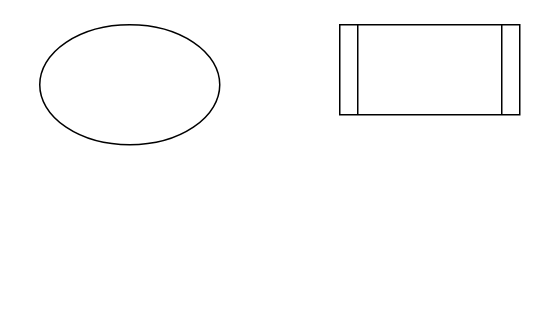
Earlier version of the draw.io diagram 未命名绘图.drawio (Utihbi/pics). Source tidied: cells renumbered, new cells numbered last; positions are measured from the earlier drawing's top-left corner, leaving out a move shared by most shapes. Both pictures are drawn from the tidied source at 150%, with x=0, y=0 at pixel (39, 24).
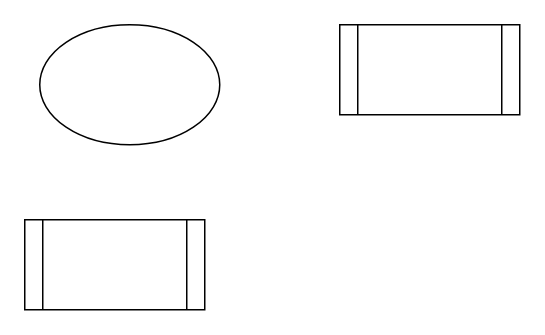
The same page after the edit.

Commit message (it also covers changes not shown here):
更新未命名绘图.drawio

Diff of the diagram source:
```diff
@@
 <mxGraphModel>
   <root>
     <mxCell id="0" />
     <mxCell id="1" parent="0" />
     <mxCell id="2" style="ellipse;whiteSpace=wrap;html=1;" parent="1" vertex="1">
       <mxGeometry width="120" height="80" as="geometry" />
     </mxCell>
     <mxCell id="3" style="shape=process;whiteSpace=wrap;html=1;backgroundOutline=1;" parent="1" vertex="1">
       <mxGeometry x="200" width="120" height="60" as="geometry" />
     </mxCell>
+    <mxCell id="4" style="shape=process;whiteSpace=wrap;html=1;backgroundOutline=1;" parent="1" vertex="1">
+      <mxGeometry x="-10" y="130" width="120" height="60" as="geometry" />
+    </mxCell>
   </root>
 </mxGraphModel>
```
